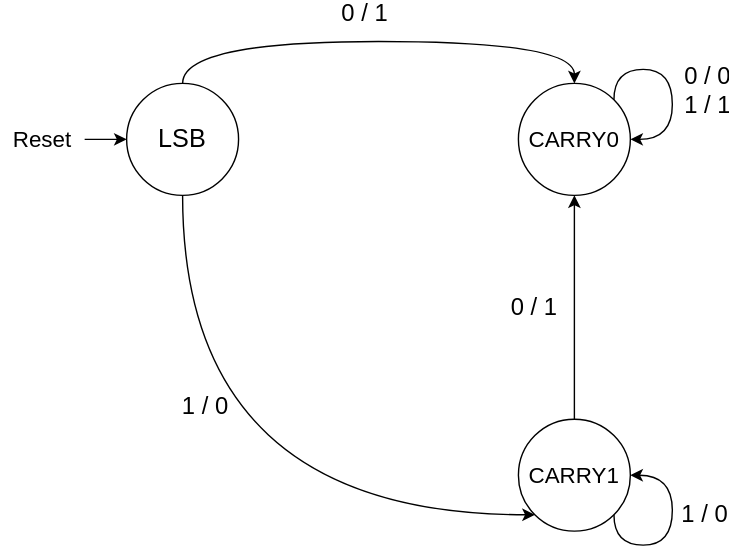
Above: Tayyab/Add1/docs/Add1.drawio.svg in medsuet/Xcelerium-IC-Design-Training (draw.io), before the change. Source tidied: cells renumbered, new cells last; positions are measured from the earlier drawing's top-left corner, leaving out a move shared by most shapes. Source of this version:
```xml
<mxGraphModel>
  <root>
    <mxCell id="0" />
    <mxCell id="1" parent="0" />
    <mxCell id="2" value="&lt;font style=&quot;font-size: 16px;&quot;&gt;CARRY0&lt;/font&gt;" style="ellipse;whiteSpace=wrap;html=1;" parent="1" vertex="1">
      <mxGeometry x="370" y="30" width="80" height="80" as="geometry" />
    </mxCell>
    <mxCell id="3" style="edgeStyle=orthogonalEdgeStyle;rounded=0;jettySize=auto;html=1;exitX=0.5;exitY=0;exitDx=0;exitDy=0;entryX=0.5;entryY=0;entryDx=0;entryDy=0;curved=1;" parent="1" edge="1" source="6" target="2">
      <mxGeometry relative="1" as="geometry">
        <Array as="points">
          <mxPoint x="130" />
          <mxPoint x="410" />
        </Array>
      </mxGeometry>
    </mxCell>
    <mxCell id="4" value="&lt;span style=&quot;font-size: 17px;&quot;&gt;0 / 1&lt;/span&gt;" style="edgeLabel;html=1;align=center;verticalAlign=middle;" parent="3" vertex="1">
      <mxGeometry x="-0.07" y="-4" relative="1" as="geometry">
        <mxPoint y="-24" as="offset" />
      </mxGeometry>
    </mxCell>
    <mxCell id="5" style="edgeStyle=orthogonalEdgeStyle;rounded=0;jettySize=auto;html=1;exitX=0.5;exitY=1;exitDx=0;exitDy=0;entryX=0;entryY=1;entryDx=0;entryDy=0;curved=1;" parent="1" edge="1" source="6" target="8">
      <mxGeometry relative="1" as="geometry">
        <Array as="points">
          <mxPoint x="130" y="338" />
        </Array>
      </mxGeometry>
    </mxCell>
    <mxCell id="6" value="&lt;font style=&quot;font-size: 18px;&quot;&gt;LSB&lt;/font&gt;" style="ellipse;whiteSpace=wrap;html=1;" parent="1" vertex="1">
      <mxGeometry x="90" y="30" width="80" height="80" as="geometry" />
    </mxCell>
    <mxCell id="7" style="edgeStyle=orthogonalEdgeStyle;rounded=0;jettySize=auto;html=1;exitX=0.5;exitY=0;exitDx=0;exitDy=0;entryX=0.5;entryY=1;entryDx=0;entryDy=0;" parent="1" edge="1" source="8" target="2">
      <mxGeometry relative="1" as="geometry" />
    </mxCell>
    <mxCell id="8" value="&lt;font style=&quot;font-size: 16px;&quot;&gt;CARRY1&lt;/font&gt;" style="ellipse;whiteSpace=wrap;html=1;" parent="1" vertex="1">
      <mxGeometry x="370" y="270" width="80" height="80" as="geometry" />
    </mxCell>
    <mxCell id="9" value="&lt;span style=&quot;font-size: 17px;&quot;&gt;1 / 0&lt;/span&gt;" style="edgeLabel;html=1;align=center;verticalAlign=middle;" parent="1" vertex="1">
      <mxGeometry x="150" y="260" as="geometry">
        <mxPoint x="-5" y="1" as="offset" />
      </mxGeometry>
    </mxCell>
    <mxCell id="10" value="&lt;span style=&quot;font-size: 17px;&quot;&gt;0 / 1&lt;/span&gt;" style="edgeLabel;html=1;align=center;verticalAlign=middle;" parent="1" vertex="1">
      <mxGeometry x="380" y="190" as="geometry" />
    </mxCell>
    <mxCell id="11" style="edgeStyle=orthogonalEdgeStyle;rounded=0;orthogonalLoop=1;jettySize=auto;html=1;exitX=1;exitY=0;exitDx=0;exitDy=0;entryX=1;entryY=0.5;entryDx=0;entryDy=0;curved=1;" parent="1" edge="1" source="2" target="2">
      <mxGeometry relative="1" as="geometry">
        <Array as="points">
          <mxPoint x="438" y="20" />
          <mxPoint x="480" y="20" />
          <mxPoint x="480" y="70" />
        </Array>
      </mxGeometry>
    </mxCell>
    <mxCell id="12" style="edgeStyle=orthogonalEdgeStyle;rounded=0;orthogonalLoop=1;jettySize=auto;html=1;exitX=1;exitY=1;exitDx=0;exitDy=0;entryX=1;entryY=0.5;entryDx=0;entryDy=0;curved=1;" parent="1" edge="1" source="8" target="8">
      <mxGeometry relative="1" as="geometry">
        <Array as="points">
          <mxPoint x="438" y="360" />
          <mxPoint x="480" y="360" />
          <mxPoint x="480" y="310" />
        </Array>
      </mxGeometry>
    </mxCell>
    <mxCell id="13" value="&lt;span style=&quot;font-size: 17px;&quot;&gt;0 / 0&lt;/span&gt;&lt;div&gt;&lt;span style=&quot;font-size: 17px;&quot;&gt;1 / 1&lt;/span&gt;&lt;/div&gt;" style="edgeLabel;html=1;align=center;verticalAlign=middle;" parent="1" vertex="1">
      <mxGeometry x="500" y="29" as="geometry">
        <mxPoint x="4" y="6" as="offset" />
      </mxGeometry>
    </mxCell>
    <mxCell id="14" value="&lt;span style=&quot;font-size: 17px;&quot;&gt;1 / 0&lt;/span&gt;" style="edgeLabel;html=1;align=center;verticalAlign=middle;" parent="1" vertex="1">
      <mxGeometry x="500" y="330" as="geometry">
        <mxPoint x="2" y="8" as="offset" />
      </mxGeometry>
    </mxCell>
    <mxCell id="15" style="edgeStyle=orthogonalEdgeStyle;rounded=0;jettySize=auto;html=1;" parent="1" edge="1" source="16" target="6">
      <mxGeometry relative="1" as="geometry" />
    </mxCell>
    <mxCell id="16" value="&lt;font style=&quot;font-size: 16px;&quot;&gt;Reset&lt;/font&gt;" style="text;html=1;align=center;verticalAlign=middle;whiteSpace=wrap;rounded=0;" parent="1" vertex="1">
      <mxGeometry y="55" width="60" height="30" as="geometry" />
    </mxCell>
  </root>
</mxGraphModel>
```
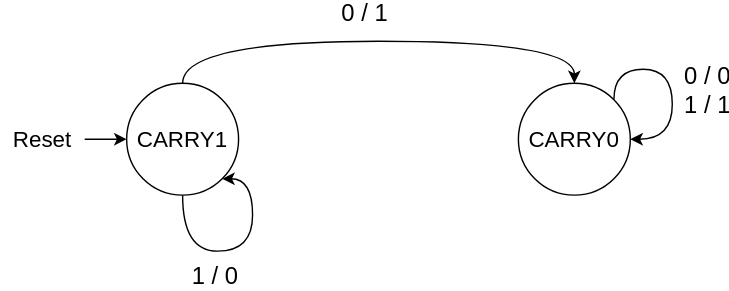
Above is the later version.

Change to the diagram source:
```diff
@@ -18,30 +18,9 @@
         <mxPoint y="-24" as="offset" />
       </mxGeometry>
     </mxCell>
-    <mxCell id="5" style="edgeStyle=orthogonalEdgeStyle;rounded=0;jettySize=auto;html=1;exitX=0.5;exitY=1;exitDx=0;exitDy=0;entryX=0;entryY=1;entryDx=0;entryDy=0;curved=1;" parent="1" edge="1" source="6" target="8">
-      <mxGeometry relative="1" as="geometry">
-        <Array as="points">
-          <mxPoint x="130" y="338" />
-        </Array>
-      </mxGeometry>
-    </mxCell>
-    <mxCell id="6" value="&lt;font style=&quot;font-size: 18px;&quot;&gt;LSB&lt;/font&gt;" style="ellipse;whiteSpace=wrap;html=1;" parent="1" vertex="1">
+    <mxCell id="6" value="&lt;font style=&quot;font-size: 16px;&quot;&gt;CARRY1&lt;/font&gt;" style="ellipse;whiteSpace=wrap;html=1;" parent="1" vertex="1">
       <mxGeometry x="90" y="30" width="80" height="80" as="geometry" />
     </mxCell>
-    <mxCell id="7" style="edgeStyle=orthogonalEdgeStyle;rounded=0;jettySize=auto;html=1;exitX=0.5;exitY=0;exitDx=0;exitDy=0;entryX=0.5;entryY=1;entryDx=0;entryDy=0;" parent="1" edge="1" source="8" target="2">
-      <mxGeometry relative="1" as="geometry" />
-    </mxCell>
-    <mxCell id="8" value="&lt;font style=&quot;font-size: 16px;&quot;&gt;CARRY1&lt;/font&gt;" style="ellipse;whiteSpace=wrap;html=1;" parent="1" vertex="1">
-      <mxGeometry x="370" y="270" width="80" height="80" as="geometry" />
-    </mxCell>
-    <mxCell id="9" value="&lt;span style=&quot;font-size: 17px;&quot;&gt;1 / 0&lt;/span&gt;" style="edgeLabel;html=1;align=center;verticalAlign=middle;" parent="1" vertex="1">
-      <mxGeometry x="150" y="260" as="geometry">
-        <mxPoint x="-5" y="1" as="offset" />
-      </mxGeometry>
-    </mxCell>
-    <mxCell id="10" value="&lt;span style=&quot;font-size: 17px;&quot;&gt;0 / 1&lt;/span&gt;" style="edgeLabel;html=1;align=center;verticalAlign=middle;" parent="1" vertex="1">
-      <mxGeometry x="380" y="190" as="geometry" />
-    </mxCell>
     <mxCell id="11" style="edgeStyle=orthogonalEdgeStyle;rounded=0;orthogonalLoop=1;jettySize=auto;html=1;exitX=1;exitY=0;exitDx=0;exitDy=0;entryX=1;entryY=0.5;entryDx=0;entryDy=0;curved=1;" parent="1" edge="1" source="2" target="2">
       <mxGeometry relative="1" as="geometry">
         <Array as="points">
@@ -51,22 +30,13 @@
         </Array>
       </mxGeometry>
     </mxCell>
-    <mxCell id="12" style="edgeStyle=orthogonalEdgeStyle;rounded=0;orthogonalLoop=1;jettySize=auto;html=1;exitX=1;exitY=1;exitDx=0;exitDy=0;entryX=1;entryY=0.5;entryDx=0;entryDy=0;curved=1;" parent="1" edge="1" source="8" target="8">
-      <mxGeometry relative="1" as="geometry">
-        <Array as="points">
-          <mxPoint x="438" y="360" />
-          <mxPoint x="480" y="360" />
-          <mxPoint x="480" y="310" />
-        </Array>
-      </mxGeometry>
-    </mxCell>
     <mxCell id="13" value="&lt;span style=&quot;font-size: 17px;&quot;&gt;0 / 0&lt;/span&gt;&lt;div&gt;&lt;span style=&quot;font-size: 17px;&quot;&gt;1 / 1&lt;/span&gt;&lt;/div&gt;" style="edgeLabel;html=1;align=center;verticalAlign=middle;" parent="1" vertex="1">
       <mxGeometry x="500" y="29" as="geometry">
         <mxPoint x="4" y="6" as="offset" />
       </mxGeometry>
     </mxCell>
     <mxCell id="14" value="&lt;span style=&quot;font-size: 17px;&quot;&gt;1 / 0&lt;/span&gt;" style="edgeLabel;html=1;align=center;verticalAlign=middle;" parent="1" vertex="1">
-      <mxGeometry x="500" y="330" as="geometry">
+      <mxGeometry x="150" y="160" as="geometry">
         <mxPoint x="2" y="8" as="offset" />
       </mxGeometry>
     </mxCell>
@@ -76,5 +46,14 @@
     <mxCell id="16" value="&lt;font style=&quot;font-size: 16px;&quot;&gt;Reset&lt;/font&gt;" style="text;html=1;align=center;verticalAlign=middle;whiteSpace=wrap;rounded=0;" parent="1" vertex="1">
       <mxGeometry y="55" width="60" height="30" as="geometry" />
     </mxCell>
+    <mxCell id="17" style="edgeStyle=orthogonalEdgeStyle;rounded=0;orthogonalLoop=1;jettySize=auto;html=1;exitX=0.5;exitY=1;exitDx=0;exitDy=0;entryX=1;entryY=1;entryDx=0;entryDy=0;curved=1;" parent="1" edge="1" source="6" target="6">
+      <mxGeometry relative="1" as="geometry">
+        <Array as="points">
+          <mxPoint x="130" y="150" />
+          <mxPoint x="180" y="150" />
+          <mxPoint x="180" y="98" />
+        </Array>
+      </mxGeometry>
+    </mxCell>
   </root>
 </mxGraphModel>
```
